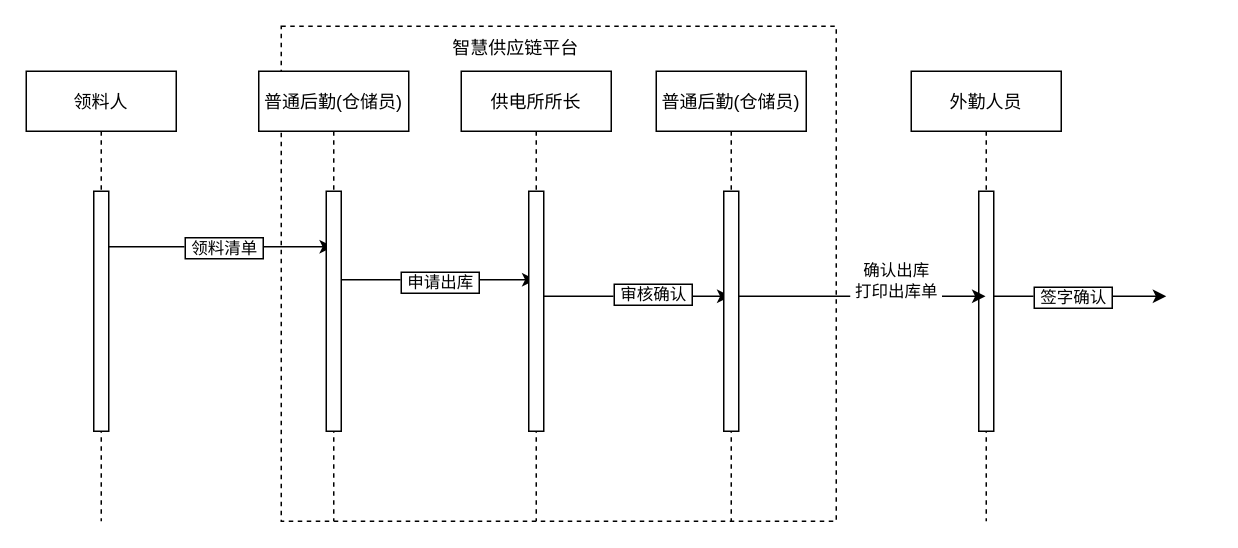
KongValley/Bilibili-desc keeps this draw.io diagram as 出库流程图非外勤.drawio. Above is the earlier version. Source tidied: cells renumbered, new cells numbered last; positions are measured from the earlier drawing's top-left corner, leaving out a move shared by most shapes. Both pictures are drawn from the tidied source at 150%, with x=0, y=0 at pixel (26, 26).
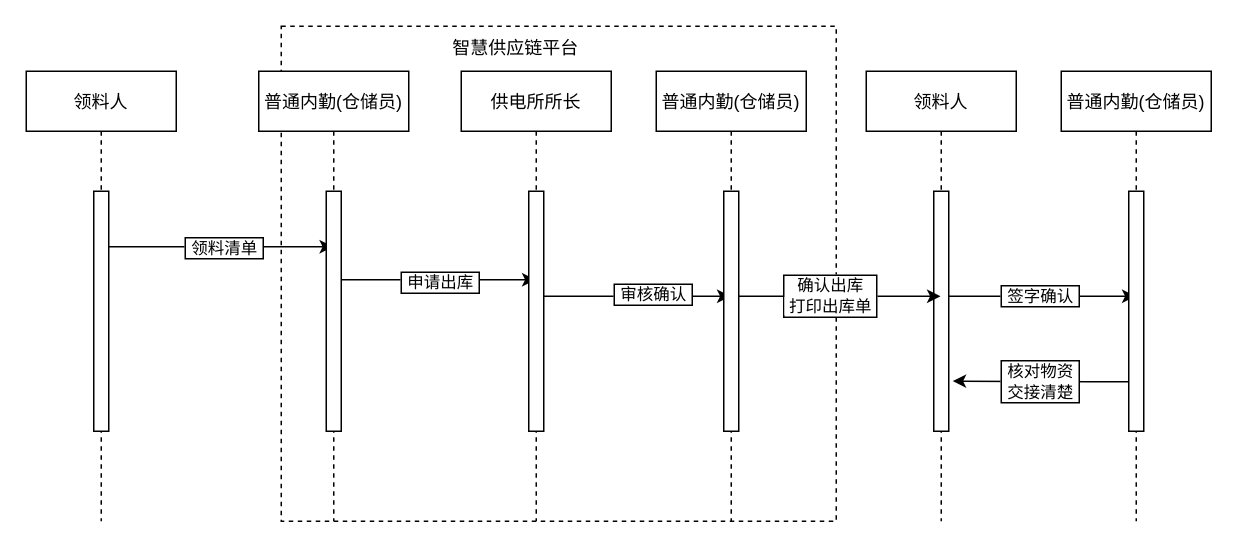
After the change.

Commit message:
更新出库流程图非外勤.drawio

The change refers to these unchanged cells:
```xml
<mxCell id="18" style="points=[];perimeter=orthogonalPerimeter;rounded=0;shadow=0;strokeWidth=1;" parent="17" vertex="1">
  <mxGeometry x="45" y="80" width="10" height="160" as="geometry" />
</mxCell>
<mxCell id="22" style="points=[];perimeter=orthogonalPerimeter;rounded=0;shadow=0;strokeWidth=1;" parent="21" vertex="1">
  <mxGeometry x="45" y="80" width="10" height="160" as="geometry" />
</mxCell>
```

Change to the diagram source:
```diff
@@
-    <mxCell id="11" value="普通后勤(仓储员)" style="shape=umlLifeline;perimeter=lifelinePerimeter;rounded=0;shadow=0;strokeWidth=1;" parent="1" vertex="1">
+    <mxCell id="11" value="普通内勤(仓储员)" style="shape=umlLifeline;perimeter=lifelinePerimeter;rounded=0;shadow=0;strokeWidth=1;" parent="1" vertex="1">
       <mxGeometry x="155" y="30" width="100" height="300" as="geometry" />
     </mxCell>
@@
-    <mxCell id="17" value="普通后勤(仓储员)" style="shape=umlLifeline;perimeter=lifelinePerimeter;rounded=0;shadow=0;strokeWidth=1;" parent="1" vertex="1">
+    <mxCell id="17" value="普通内勤(仓储员)" style="shape=umlLifeline;perimeter=lifelinePerimeter;rounded=0;shadow=0;strokeWidth=1;" parent="1" vertex="1">
       <mxGeometry x="420" y="30" width="100" height="300" as="geometry" />
     </mxCell>
@@
-    <mxCell id="19" style="edgeStyle=orthogonalEdgeStyle;rounded=0;jettySize=auto;html=1;" parent="1" edge="1" source="21">
-      <mxGeometry relative="1" as="geometry">
-        <mxPoint x="760" y="180" as="targetPoint" />
-        <Array as="points">
-          <mxPoint x="740" y="180" />
-          <mxPoint x="740" y="180" />
-        </Array>
-      </mxGeometry>
-    </mxCell>
-    <mxCell id="20" value="&amp;nbsp;签字确认&amp;nbsp;" style="edgeLabel;html=1;align=center;verticalAlign=middle;labelBorderColor=default;" parent="19" vertex="1">
-      <mxGeometry x="0.31" y="2" relative="1" as="geometry">
-        <mxPoint x="-21" y="2" as="offset" />
-      </mxGeometry>
+    <mxCell id="20" value="&amp;nbsp;签字确认&amp;nbsp;" style="edgeStyle=orthogonalEdgeStyle;rounded=0;jettySize=auto;html=1;labelBorderColor=default;" parent="1" edge="1" source="21" target="24">
+      <mxGeometry relative="1" as="geometry" />
     </mxCell>
-    <mxCell id="21" value="外勤人员" style="shape=umlLifeline;perimeter=lifelinePerimeter;rounded=0;shadow=0;strokeWidth=1;" parent="1" vertex="1">
-      <mxGeometry x="590" y="30" width="100" height="300" as="geometry" />
+    <mxCell id="21" value="领料人" style="shape=umlLifeline;perimeter=lifelinePerimeter;rounded=0;shadow=0;strokeWidth=1;" parent="1" vertex="1">
+      <mxGeometry x="560" y="30" width="100" height="300" as="geometry" />
     </mxCell>
@@
-    <mxCell id="23" value="&lt;span style=&quot;color: rgb(0 , 0 , 0) ; font-family: &amp;#34;helvetica&amp;#34; ; font-size: 11px ; font-style: normal ; font-weight: 400 ; letter-spacing: normal ; text-align: center ; text-indent: 0px ; text-transform: none ; word-spacing: 0px ; background-color: rgb(255 , 255 , 255) ; display: inline ; float: none&quot;&gt;确认出库&lt;/span&gt;&lt;br style=&quot;color: rgb(0 , 0 , 0) ; font-family: &amp;#34;helvetica&amp;#34; ; font-size: 11px ; font-style: normal ; font-weight: 400 ; letter-spacing: normal ; text-align: center ; text-indent: 0px ; text-transform: none ; word-spacing: 0px&quot;&gt;&lt;span style=&quot;color: rgb(0 , 0 , 0) ; font-family: &amp;#34;helvetica&amp;#34; ; font-size: 11px ; font-style: normal ; font-weight: 400 ; letter-spacing: normal ; text-align: center ; text-indent: 0px ; text-transform: none ; word-spacing: 0px ; background-color: rgb(255 , 255 , 255) ; display: inline ; float: none&quot;&gt;&amp;nbsp;打印出库单&amp;nbsp;&lt;/span&gt;" style="edgeStyle=orthogonalEdgeStyle;rounded=0;jettySize=auto;html=1;" parent="1" edge="1" source="18" target="21">
-      <mxGeometry x="0.28" y="10" relative="1" as="geometry">
+    <mxCell id="23" value="&lt;span style=&quot;color: rgb(0 , 0 , 0) ; font-family: &amp;#34;helvetica&amp;#34; ; font-size: 11px ; font-style: normal ; font-weight: 400 ; letter-spacing: normal ; text-align: center ; text-indent: 0px ; text-transform: none ; word-spacing: 0px ; background-color: rgb(255 , 255 , 255) ; display: inline ; float: none&quot;&gt;确认出库&lt;/span&gt;&lt;br style=&quot;color: rgb(0 , 0 , 0) ; font-family: &amp;#34;helvetica&amp;#34; ; font-size: 11px ; font-style: normal ; font-weight: 400 ; letter-spacing: normal ; text-align: center ; text-indent: 0px ; text-transform: none ; word-spacing: 0px&quot;&gt;&lt;span style=&quot;color: rgb(0 , 0 , 0) ; font-family: &amp;#34;helvetica&amp;#34; ; font-size: 11px ; font-style: normal ; font-weight: 400 ; letter-spacing: normal ; text-align: center ; text-indent: 0px ; text-transform: none ; word-spacing: 0px ; background-color: rgb(255 , 255 , 255) ; display: inline ; float: none&quot;&gt;&amp;nbsp;打印出库单&amp;nbsp;&lt;/span&gt;" style="edgeStyle=orthogonalEdgeStyle;rounded=0;jettySize=auto;html=1;labelBorderColor=default;" parent="1" edge="1" source="18" target="21">
+      <mxGeometry x="-0.09" relative="1" as="geometry">
         <Array as="points">
           <mxPoint x="510" y="180" />
           <mxPoint x="510" y="180" />
         </Array>
       </mxGeometry>
     </mxCell>
+    <mxCell id="24" value="普通内勤(仓储员)" style="shape=umlLifeline;perimeter=lifelinePerimeter;rounded=0;shadow=0;strokeWidth=1;" parent="1" vertex="1">
+      <mxGeometry x="690" y="30" width="100" height="300" as="geometry" />
+    </mxCell>
+    <mxCell id="25" style="points=[];perimeter=orthogonalPerimeter;rounded=0;shadow=0;strokeWidth=1;" parent="24" vertex="1">
+      <mxGeometry x="45" y="80" width="10" height="160" as="geometry" />
+    </mxCell>
+    <mxCell id="26" value="&amp;nbsp;核对物资&amp;nbsp;&lt;br&gt;&amp;nbsp;交接清楚&amp;nbsp;" style="edgeStyle=orthogonalEdgeStyle;rounded=0;jettySize=auto;html=1;entryX=1.26;entryY=0.791;entryDx=0;entryDy=0;entryPerimeter=0;labelBorderColor=default;" parent="1" edge="1" source="25" target="22">
+      <mxGeometry relative="1" as="geometry">
+        <Array as="points">
+          <mxPoint x="710" y="237" />
+          <mxPoint x="710" y="237" />
+        </Array>
+      </mxGeometry>
+    </mxCell>
```
